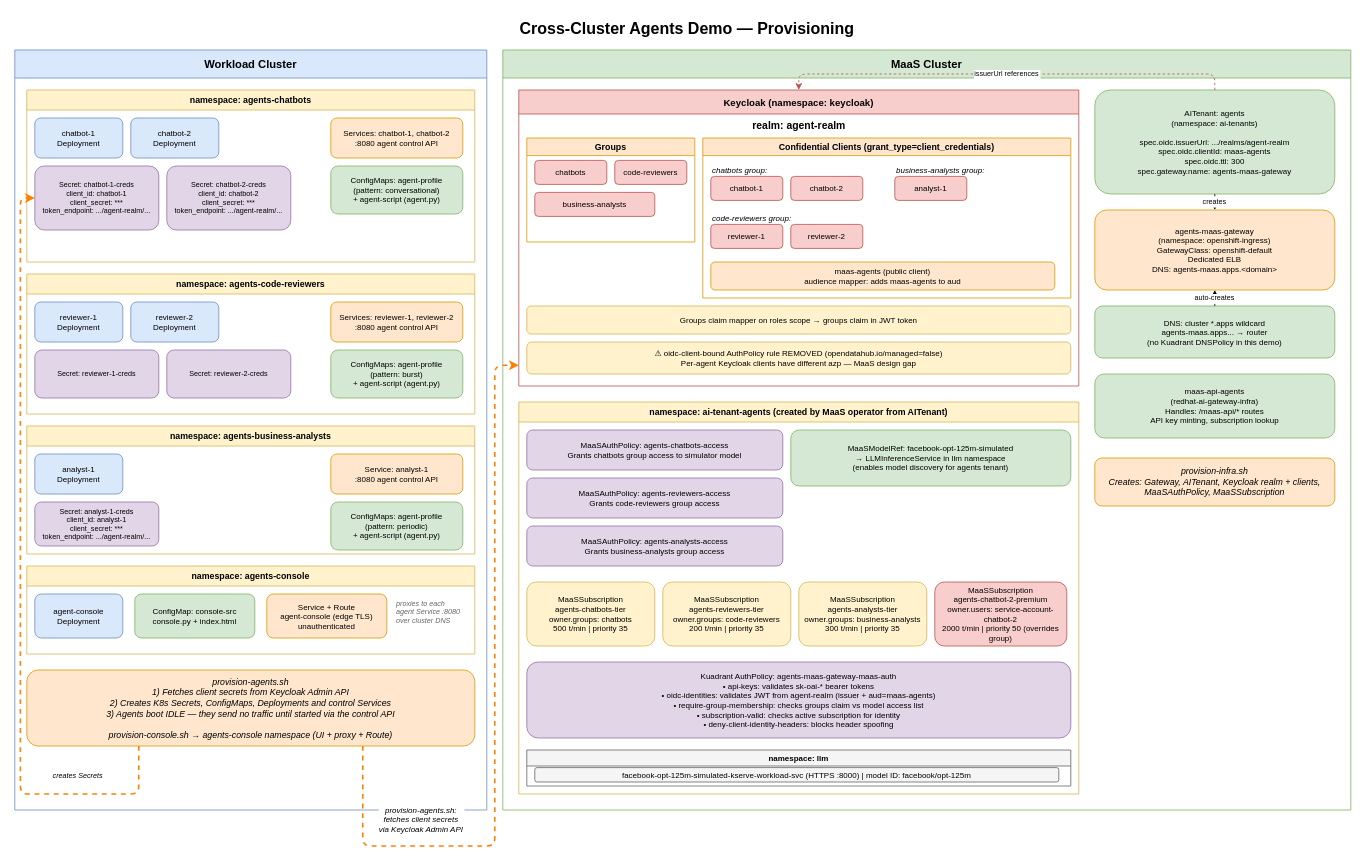
vladi-rh/rhoai-maas-guide keeps this draw.io diagram as demo/cross-cluster-oauth/diagrams/01-setup.drawio. Above is the earlier version. Source tidied: cells renumbered, new cells numbered last; positions are measured from the earlier drawing's top-left corner, leaving out a move shared by most shapes. Both pictures are drawn from the tidied source at 80%, with x=0, y=0 at pixel (14, 14).
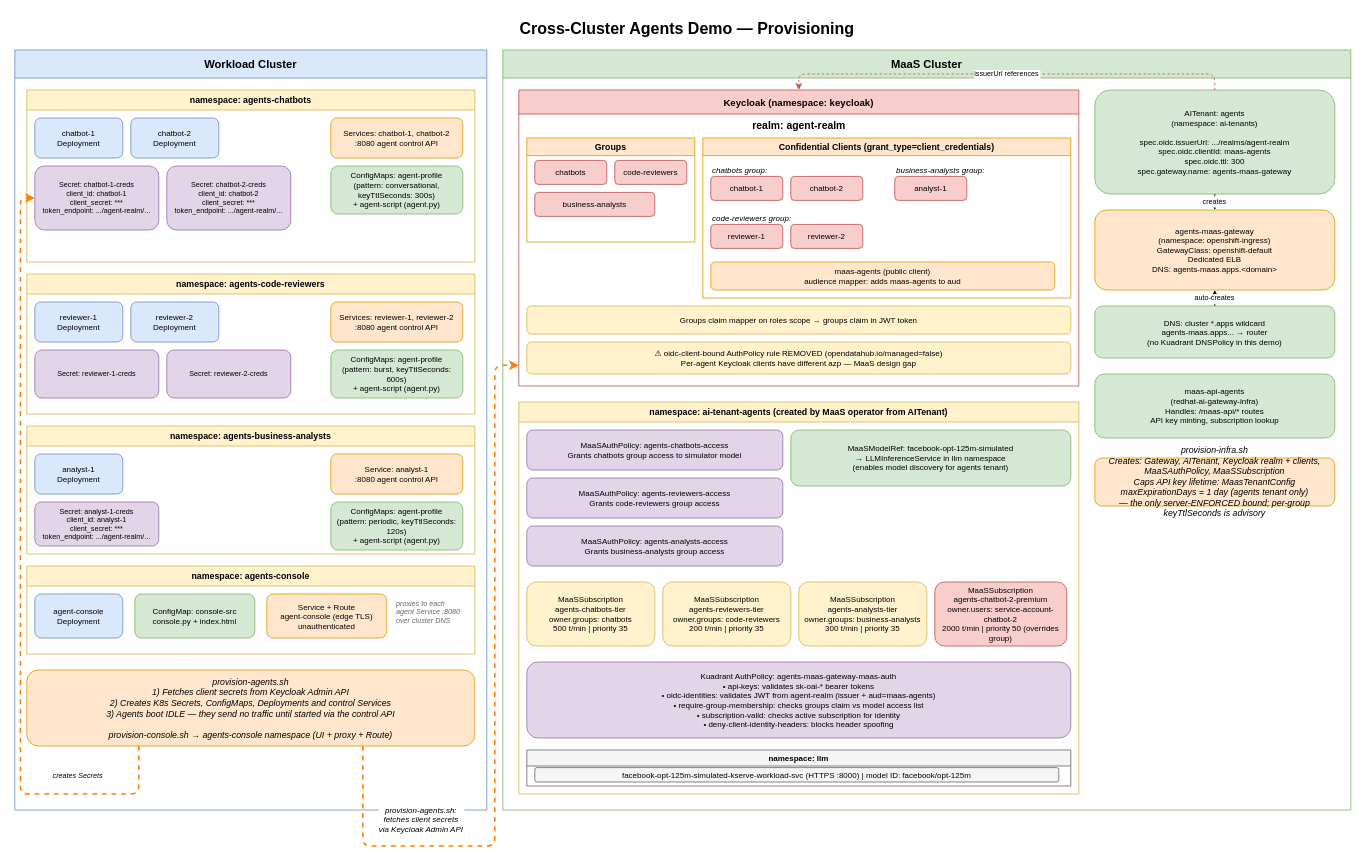
The same diagram, later.

Commit message (it also covers changes not shown here):
Adjust TTL for agent per group in profile; Adjust MAX TTL on AI Tenant

The change refers to these unchanged cells:
```xml
<mxCell id="4" value="namespace: agents-chatbots" style="swimlane;startSize=25;fillColor=#fff2cc;strokeColor=#d6b656;fontSize=11;" parent="3" vertex="1">
  <mxGeometry x="15" y="50" width="560" height="215" as="geometry" />
</mxCell>
<mxCell id="11" value="namespace: agents-code-reviewers" style="swimlane;startSize=25;fillColor=#fff2cc;strokeColor=#d6b656;fontSize=11;" parent="3" vertex="1">
  <mxGeometry x="15" y="280" width="560" height="175" as="geometry" />
</mxCell>
<mxCell id="18" value="namespace: agents-business-analysts" style="swimlane;startSize=25;fillColor=#fff2cc;strokeColor=#d6b656;fontSize=11;" parent="3" vertex="1">
  <mxGeometry x="15" y="470" width="560" height="160" as="geometry" />
</mxCell>
<mxCell id="29" value="MaaS Cluster" style="swimlane;startSize=35;fillColor=#d5e8d4;strokeColor=#82b366;fontStyle=1;fontSize=14;" parent="1" vertex="1">
  <mxGeometry x="610" y="45" width="1060" height="950" as="geometry" />
</mxCell>
```

The edit, as a diff of the source:
```diff
@@
-    <mxCell id="10" value="ConfigMaps: agent-profile&#10;(pattern: conversational)&#10;+ agent-script (agent.py)" style="rounded=1;whiteSpace=wrap;fillColor=#d5e8d4;strokeColor=#82b366;fontSize=10;" parent="4" vertex="1">
+    <mxCell id="10" value="ConfigMaps: agent-profile&#10;(pattern: conversational, keyTtlSeconds: 300s)&#10;+ agent-script (agent.py)" style="rounded=1;whiteSpace=wrap;fillColor=#d5e8d4;strokeColor=#82b366;fontSize=10;" parent="4" vertex="1">
       <mxGeometry x="380" y="95" width="165" height="60" as="geometry" />
     </mxCell>
@@
-    <mxCell id="17" value="ConfigMaps: agent-profile&#10;(pattern: burst)&#10;+ agent-script (agent.py)" style="rounded=1;whiteSpace=wrap;fillColor=#d5e8d4;strokeColor=#82b366;fontSize=10;" parent="11" vertex="1">
+    <mxCell id="17" value="ConfigMaps: agent-profile&#10;(pattern: burst, keyTtlSeconds: 600s)&#10;+ agent-script (agent.py)" style="rounded=1;whiteSpace=wrap;fillColor=#d5e8d4;strokeColor=#82b366;fontSize=10;" parent="11" vertex="1">
       <mxGeometry x="380" y="95" width="165" height="60" as="geometry" />
     </mxCell>
@@
-    <mxCell id="22" value="ConfigMaps: agent-profile&#10;(pattern: periodic)&#10;+ agent-script (agent.py)" style="rounded=1;whiteSpace=wrap;fillColor=#d5e8d4;strokeColor=#82b366;fontSize=10;" parent="18" vertex="1">
+    <mxCell id="22" value="ConfigMaps: agent-profile&#10;(pattern: periodic, keyTtlSeconds: 120s)&#10;+ agent-script (agent.py)" style="rounded=1;whiteSpace=wrap;fillColor=#d5e8d4;strokeColor=#82b366;fontSize=10;" parent="18" vertex="1">
       <mxGeometry x="380" y="95" width="165" height="60" as="geometry" />
     </mxCell>
@@
-    <mxCell id="64" value="provision-infra.sh&#10;Creates: Gateway, AITenant, Keycloak realm + clients, MaaSAuthPolicy, MaaSSubscription" style="rounded=1;whiteSpace=wrap;fillColor=#ffe6cc;strokeColor=#d79b00;fontSize=11;fontStyle=2;" parent="29" vertex="1">
+    <mxCell id="64" value="provision-infra.sh&#10;Creates: Gateway, AITenant, Keycloak realm + clients, MaaSAuthPolicy, MaaSSubscription&#10;Caps API key lifetime: MaasTenantConfig maxExpirationDays = 1 day (agents tenant only)&#10;— the only server-ENFORCED bound; per-group keyTtlSeconds is advisory" style="rounded=1;whiteSpace=wrap;fillColor=#ffe6cc;strokeColor=#d79b00;fontSize=11;fontStyle=2;" parent="29" vertex="1">
       <mxGeometry x="740" y="510" width="300" height="60" as="geometry" />
     </mxCell>
```
